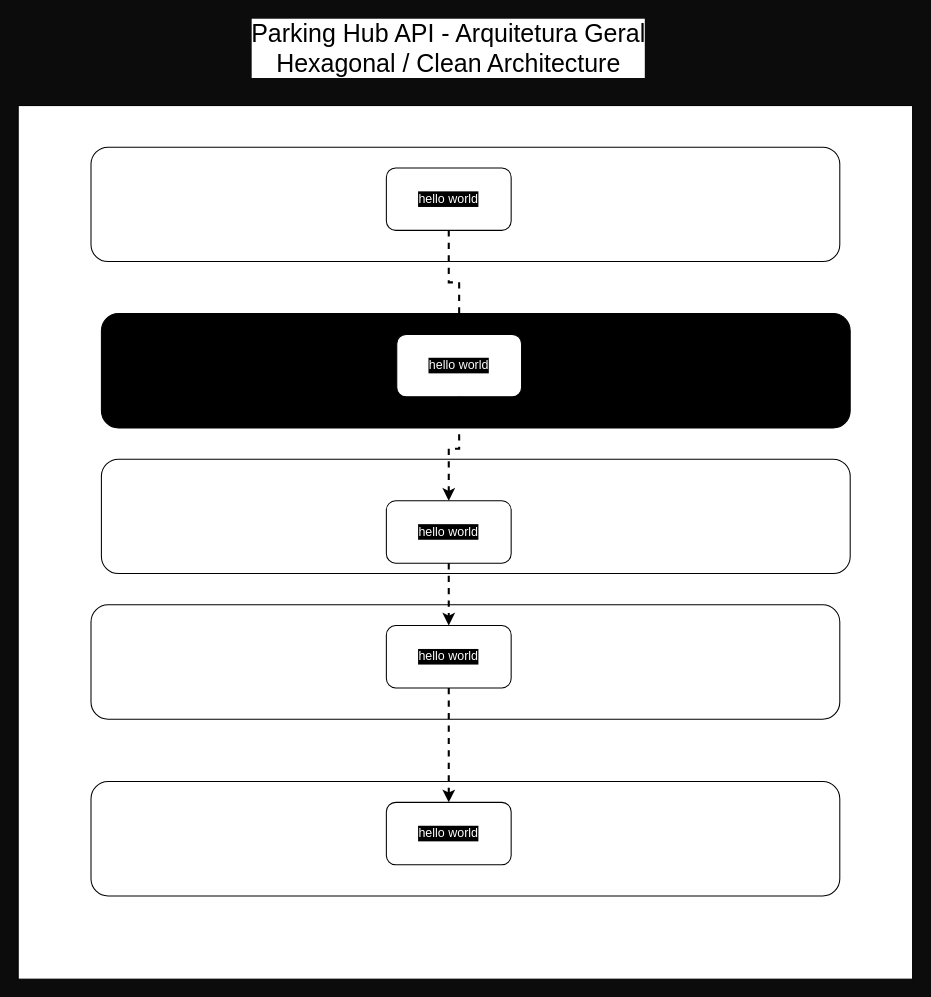
Above: diagrams/test.drawio in LucasJunio/draw.io (draw.io), before the change. Source tidied: cells renumbered, new cells numbered last; positions are measured from the earlier drawing's top-left corner, leaving out a move shared by most shapes. Both pictures are drawn from the tidied source at 104%, with x=0, y=0 at pixel (18, 32).
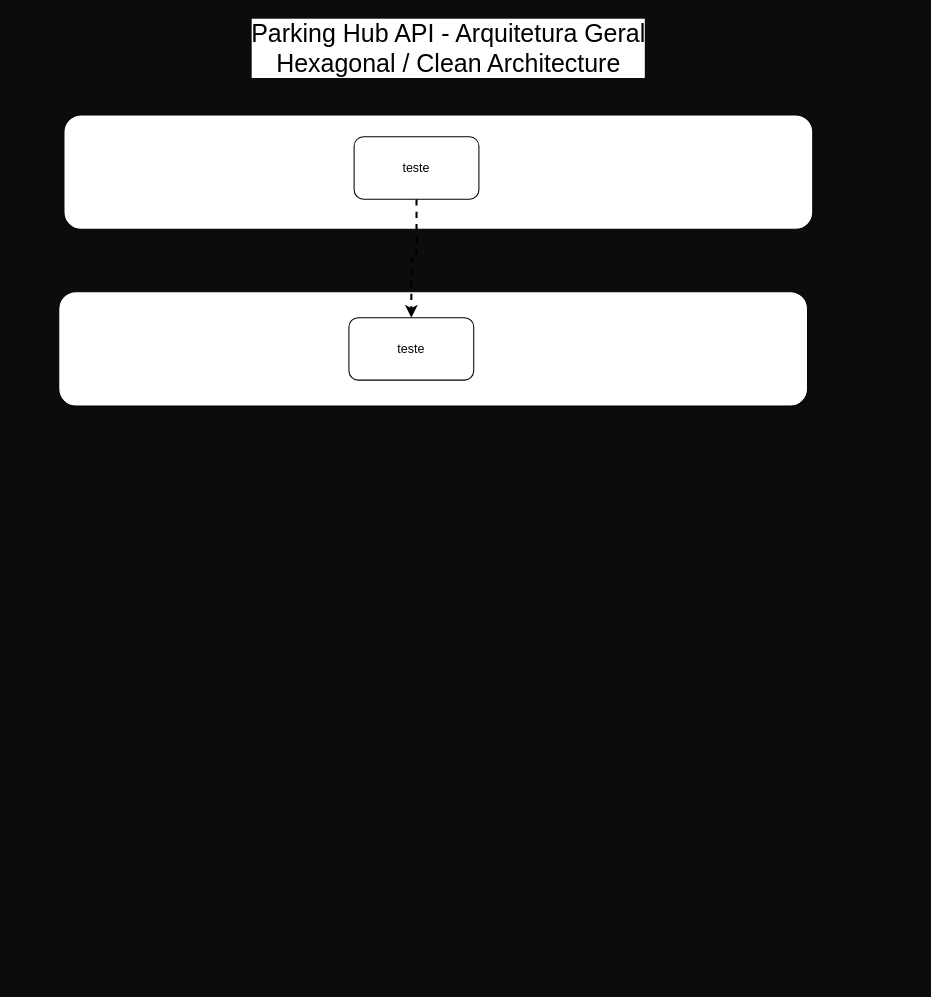
Above is the later version.

Diff of the diagram source:
```diff
@@
 <mxGraphModel background="light-dark(#0d0c0c, #121212)">
   <root>
     <mxCell id="0" />
     <mxCell id="1" parent="0" />
-    <mxCell id="2" style="rounded=0;whiteSpace=wrap;html=1;labelBackgroundColor=default;" parent="1" vertex="1">
-      <mxGeometry y="70" width="860" height="840" as="geometry" />
-    </mxCell>
-    <mxCell id="3" style="rounded=1;whiteSpace=wrap;html=1;labelBackgroundColor=default;" parent="1" vertex="1">
-      <mxGeometry x="70" y="110" width="720" height="110" as="geometry" />
-    </mxCell>
-    <mxCell id="4" value="hello world" style="rounded=1;whiteSpace=wrap;html=1;labelBackgroundColor=#000000;fontColor=#FFFFFF;" parent="1" vertex="1">
-      <mxGeometry x="354" y="130" width="120" height="60" as="geometry" />
-    </mxCell>
     <mxCell id="5" value="&lt;font style=&quot;font-size: 24px;&quot;&gt;Parking Hub API - Arquitetura Geral&lt;br&gt;Hexagonal / Clean Architecture&lt;/font&gt;" style="text;html=1;align=center;verticalAlign=middle;whiteSpace=wrap;rounded=0;labelBackgroundColor=default;" parent="1" vertex="1">
       <mxGeometry x="194" width="440" height="30" as="geometry" />
     </mxCell>
-    <mxCell id="6" style="rounded=1;whiteSpace=wrap;html=1;labelBackgroundColor=default;fillColor=#000000;" parent="1" vertex="1">
-      <mxGeometry x="80" y="270" width="720" height="110" as="geometry" />
-    </mxCell>
-    <mxCell id="7" value="hello world" style="rounded=1;whiteSpace=wrap;html=1;labelBackgroundColor=#000000;fontColor=#FFFFFF;" parent="1" vertex="1">
-      <mxGeometry x="364" y="290" width="120" height="60" as="geometry" />
-    </mxCell>
-    <mxCell id="8" style="rounded=1;whiteSpace=wrap;html=1;labelBackgroundColor=default;" parent="1" vertex="1">
-      <mxGeometry x="80" y="410" width="720" height="110" as="geometry" />
-    </mxCell>
-    <mxCell id="9" value="hello world" style="rounded=1;whiteSpace=wrap;html=1;labelBackgroundColor=#000000;fontColor=#FFFFFF;" parent="1" vertex="1">
-      <mxGeometry x="354" y="450" width="120" height="60" as="geometry" />
-    </mxCell>
     <mxCell id="10" style="rounded=1;whiteSpace=wrap;html=1;labelBackgroundColor=default;" parent="1" vertex="1">
-      <mxGeometry x="70" y="550" width="720" height="110" as="geometry" />
+      <mxGeometry x="44" y="79" width="720" height="110" as="geometry" />
     </mxCell>
-    <mxCell id="11" value="hello world" style="rounded=1;whiteSpace=wrap;html=1;labelBackgroundColor=#000000;fontColor=#FFFFFF;" parent="1" vertex="1">
-      <mxGeometry x="354" y="570" width="120" height="60" as="geometry" />
-    </mxCell>
     <mxCell id="12" style="rounded=1;whiteSpace=wrap;html=1;labelBackgroundColor=default;" parent="1" vertex="1">
-      <mxGeometry x="70" y="720" width="720" height="110" as="geometry" />
+      <mxGeometry x="39" y="249" width="720" height="110" as="geometry" />
     </mxCell>
-    <mxCell id="13" value="hello world" style="rounded=1;whiteSpace=wrap;html=1;labelBackgroundColor=#000000;fontColor=#FFFFFF;" parent="1" vertex="1">
-      <mxGeometry x="354" y="740" width="120" height="60" as="geometry" />
-    </mxCell>
-    <mxCell id="14" style="edgeStyle=orthogonalEdgeStyle;rounded=0;jettySize=auto;html=1;dashed=1;flowAnimation=0;strokeWidth=2;labelBackgroundColor=#000000;fontColor=#FFFFFF;" parent="1" edge="1" source="4" target="7">
-      <mxGeometry relative="1" as="geometry" />
-    </mxCell>
-    <mxCell id="15" style="edgeStyle=orthogonalEdgeStyle;rounded=0;jettySize=auto;html=1;dashed=1;flowAnimation=0;strokeWidth=2;labelBackgroundColor=#000000;fontColor=#FFFFFF;" parent="1" edge="1" source="7" target="9">
-      <mxGeometry relative="1" as="geometry" />
-    </mxCell>
-    <mxCell id="16" style="edgeStyle=orthogonalEdgeStyle;rounded=0;jettySize=auto;html=1;dashed=1;flowAnimation=0;strokeWidth=2;labelBackgroundColor=#000000;fontColor=#FFFFFF;" parent="1" edge="1" source="9" target="11">
-      <mxGeometry relative="1" as="geometry" />
-    </mxCell>
-    <mxCell id="17" style="edgeStyle=orthogonalEdgeStyle;rounded=0;jettySize=auto;html=1;dashed=1;flowAnimation=0;strokeWidth=2;labelBackgroundColor=#000000;fontColor=#FFFFFF;" parent="1" edge="1" source="11" target="13">
-      <mxGeometry relative="1" as="geometry" />
-    </mxCell>
+    <mxCell id="18" style="edgeStyle=orthogonalEdgeStyle;rounded=0;jettySize=auto;html=1;dashed=1;strokeWidth=2;strokeColor=light-dark(#000000,#FF8000);flowAnimation=1;" parent="1" edge="1" source="19" target="20">
+      <mxGeometry relative="1" as="geometry" />
+    </mxCell>
+    <mxCell id="19" value="teste" style="rounded=1;whiteSpace=wrap;html=1;strokeColor=light-dark(#000000,#3333FF);" parent="1" vertex="1">
+      <mxGeometry x="323" y="100" width="120" height="60" as="geometry" />
+    </mxCell>
+    <mxCell id="20" value="teste" style="rounded=1;whiteSpace=wrap;html=1;" parent="1" vertex="1">
+      <mxGeometry x="318" y="274" width="120" height="60" as="geometry" />
+    </mxCell>
   </root>
 </mxGraphModel>
```
